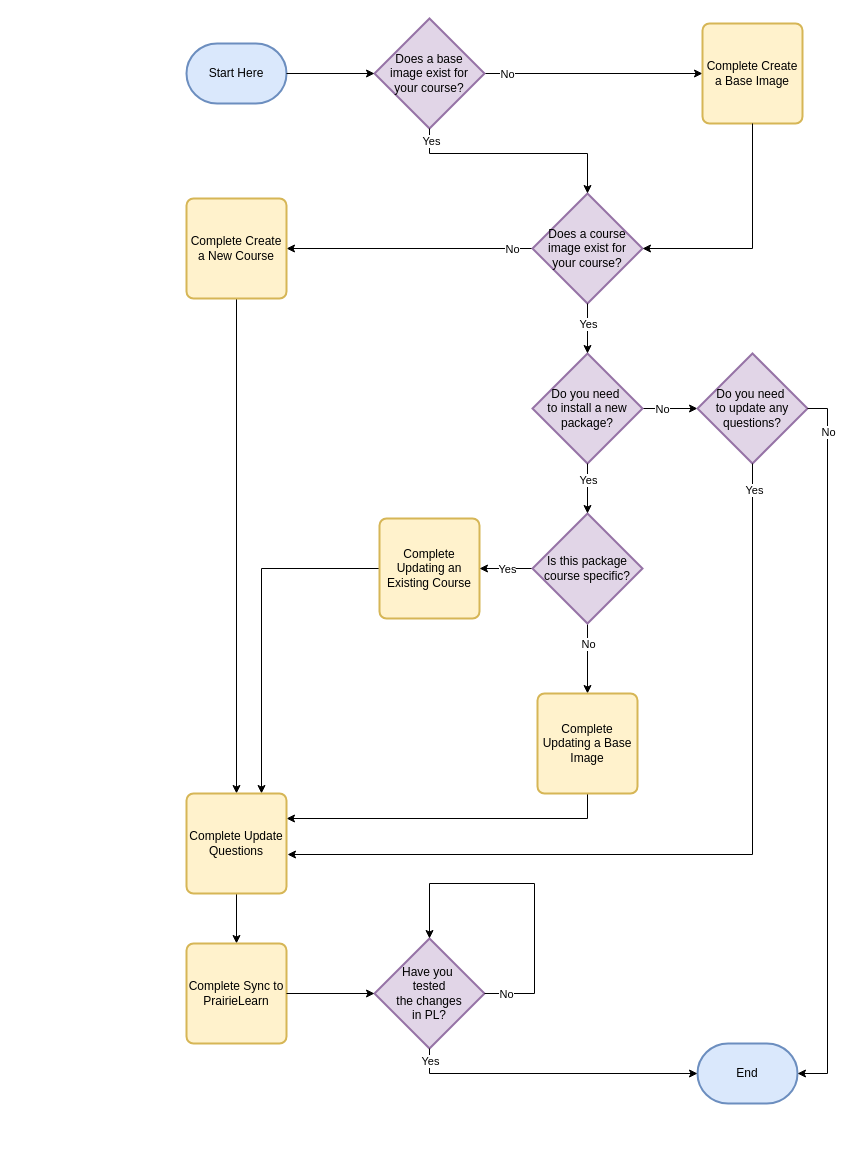
joelostblom/prairielearn-dockers keeps this draw.io diagram as utilities/docker.drawio. Above is the earlier version. Source tidied: cells renumbered, new cells numbered last; positions are measured from the earlier drawing's top-left corner, leaving out a move shared by most shapes. Both pictures are drawn from the tidied source at 100%, with x=0, y=0 at pixel (186, 18).
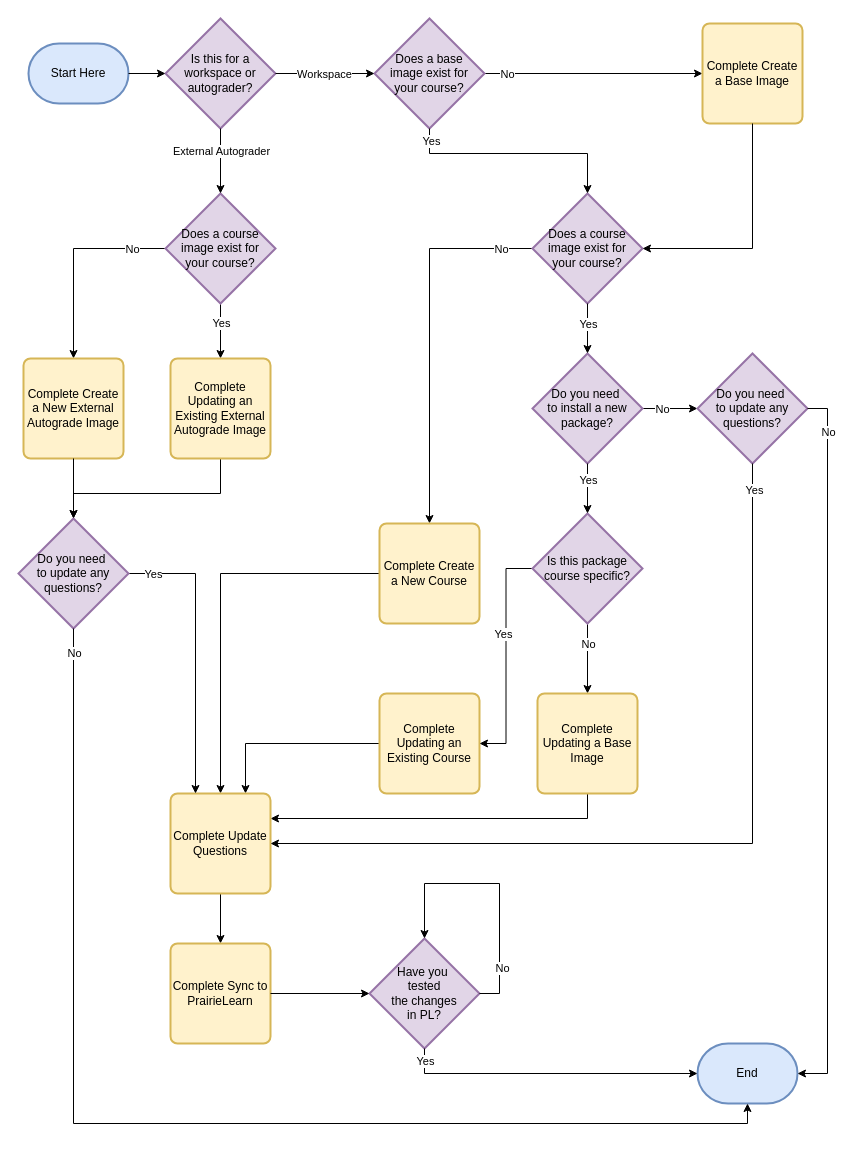
Above is the later version.

Unchanged cells that the change refers to:
```xml
<mxCell id="5" value="Does a base &lt;br&gt;image exist for &lt;br&gt;your course?" style="strokeWidth=2;html=1;shape=mxgraph.flowchart.decision;whiteSpace=wrap;fillColor=#e1d5e7;strokeColor=#9673a6;" parent="1" vertex="1">
  <mxGeometry x="188" width="110" height="110" as="geometry" />
</mxCell>
<mxCell id="9" value="Does a course&lt;br&gt;image exist for&lt;div&gt;your course?&lt;/div&gt;" style="strokeWidth=2;html=1;shape=mxgraph.flowchart.decision;whiteSpace=wrap;fillColor=#e1d5e7;strokeColor=#9673a6;" parent="1" vertex="1">
  <mxGeometry x="346" y="175" width="110" height="110" as="geometry" />
</mxCell>
<mxCell id="18" value="Do you need&amp;nbsp;&lt;div&gt;to update any questions?&lt;/div&gt;" style="strokeWidth=2;html=1;shape=mxgraph.flowchart.decision;whiteSpace=wrap;fillColor=#e1d5e7;strokeColor=#9673a6;" parent="1" vertex="1">
  <mxGeometry x="511" y="335" width="110" height="110" as="geometry" />
</mxCell>
<mxCell id="25" value="Is this package&lt;div&gt;course specific?&lt;/div&gt;" style="strokeWidth=2;html=1;shape=mxgraph.flowchart.decision;whiteSpace=wrap;fillColor=#e1d5e7;strokeColor=#9673a6;" parent="1" vertex="1">
  <mxGeometry x="346" y="495" width="110" height="110" as="geometry" />
</mxCell>
<mxCell id="33" value="End" style="strokeWidth=2;html=1;shape=mxgraph.flowchart.terminator;whiteSpace=wrap;fillColor=#dae8fc;strokeColor=#6c8ebf;" parent="1" vertex="1">
  <mxGeometry x="511" y="1025" width="100" height="60" as="geometry" />
</mxCell>
```

Change to the diagram source:
```diff
@@
     <mxCell id="2" value="Start Here" style="strokeWidth=2;html=1;shape=mxgraph.flowchart.terminator;whiteSpace=wrap;fillColor=#dae8fc;strokeColor=#6c8ebf;" parent="1" vertex="1">
-      <mxGeometry y="25" width="100" height="60" as="geometry" />
+      <mxGeometry x="-158" y="25" width="100" height="60" as="geometry" />
     </mxCell>
@@
-    <mxCell id="6" style="edgeStyle=orthogonalEdgeStyle;rounded=0;jettySize=auto;html=1;exitX=1;exitY=0.5;exitDx=0;exitDy=0;exitPerimeter=0;entryX=0;entryY=0.5;entryDx=0;entryDy=0;entryPerimeter=0;" parent="1" edge="1" source="2" target="5">
-      <mxGeometry relative="1" as="geometry" />
-    </mxCell>
-    <mxCell id="7" style="edgeStyle=orthogonalEdgeStyle;rounded=0;jettySize=auto;html=1;exitX=0;exitY=0.5;exitDx=0;exitDy=0;exitPerimeter=0;entryX=1;entryY=0.5;entryDx=0;entryDy=0;" parent="1" edge="1" source="9" target="17">
+    <mxCell id="7" style="edgeStyle=orthogonalEdgeStyle;rounded=0;jettySize=auto;html=1;exitX=0;exitY=0.5;exitDx=0;exitDy=0;exitPerimeter=0;entryX=0.5;entryY=0;entryDx=0;entryDy=0;" parent="1" edge="1" source="9" target="17">
       <mxGeometry relative="1" as="geometry" />
     </mxCell>
@@
-    <mxCell id="16" style="edgeStyle=orthogonalEdgeStyle;rounded=0;jettySize=auto;html=1;entryX=0.5;entryY=0;entryDx=0;entryDy=0;exitX=0.5;exitY=1;exitDx=0;exitDy=0;" parent="1" edge="1" source="17" target="31">
+    <mxCell id="16" style="edgeStyle=orthogonalEdgeStyle;rounded=0;jettySize=auto;html=1;entryX=0.5;entryY=0;entryDx=0;entryDy=0;exitX=0;exitY=0.5;exitDx=0;exitDy=0;" parent="1" edge="1" source="17" target="31">
       <mxGeometry relative="1" as="geometry" />
     </mxCell>
     <mxCell id="17" value="Complete Create a New Course" style="rounded=1;whiteSpace=wrap;html=1;absoluteArcSize=1;arcSize=14;strokeWidth=2;fillColor=#fff2cc;strokeColor=#d6b656;" parent="1" vertex="1">
-      <mxGeometry y="180" width="100" height="100" as="geometry" />
+      <mxGeometry x="193" y="505" width="100" height="100" as="geometry" />
     </mxCell>
@@
     <mxCell id="20" value="Complete Updating an Existing Course" style="rounded=1;whiteSpace=wrap;html=1;absoluteArcSize=1;arcSize=14;strokeWidth=2;fillColor=#fff2cc;strokeColor=#d6b656;" parent="1" vertex="1">
-      <mxGeometry x="193" y="500" width="100" height="100" as="geometry" />
+      <mxGeometry x="193" y="675" width="100" height="100" as="geometry" />
     </mxCell>
-    <mxCell id="21" style="edgeStyle=orthogonalEdgeStyle;rounded=0;jettySize=auto;html=1;exitX=0;exitY=0.5;exitDx=0;exitDy=0;exitPerimeter=0;" parent="1" edge="1" source="25" target="20">
+    <mxCell id="21" style="edgeStyle=orthogonalEdgeStyle;rounded=0;jettySize=auto;html=1;exitX=0;exitY=0.5;exitDx=0;exitDy=0;exitPerimeter=0;entryX=1;entryY=0.5;entryDx=0;entryDy=0;" parent="1" edge="1" source="25" target="20">
       <mxGeometry relative="1" as="geometry" />
     </mxCell>
@@
     <mxCell id="31" value="Complete Update&lt;br&gt;Questions" style="rounded=1;whiteSpace=wrap;html=1;absoluteArcSize=1;arcSize=14;strokeWidth=2;fillColor=#fff2cc;strokeColor=#d6b656;" parent="1" vertex="1">
-      <mxGeometry y="775" width="100" height="100" as="geometry" />
+      <mxGeometry x="-16" y="775" width="100" height="100" as="geometry" />
     </mxCell>
     <mxCell id="32" value="Complete Sync to PrairieLearn" style="rounded=1;whiteSpace=wrap;html=1;absoluteArcSize=1;arcSize=14;strokeWidth=2;fillColor=#fff2cc;strokeColor=#d6b656;" parent="1" vertex="1">
-      <mxGeometry y="925" width="100" height="100" as="geometry" />
+      <mxGeometry x="-16" y="925" width="100" height="100" as="geometry" />
     </mxCell>
@@
     <mxCell id="34" value="Have you&amp;nbsp;&lt;div&gt;tested&lt;br&gt;the changes&lt;br&gt;in PL?&lt;/div&gt;" style="strokeWidth=2;html=1;shape=mxgraph.flowchart.decision;whiteSpace=wrap;fillColor=#e1d5e7;strokeColor=#9673a6;" parent="1" vertex="1">
-      <mxGeometry x="188" y="920" width="110" height="110" as="geometry" />
+      <mxGeometry x="183" y="920" width="110" height="110" as="geometry" />
     </mxCell>
@@
-    <mxCell id="43" style="edgeStyle=orthogonalEdgeStyle;rounded=0;orthogonalLoop=1;jettySize=auto;html=1;exitX=1;exitY=0.5;exitDx=0;exitDy=0;exitPerimeter=0;entryX=0.5;entryY=0;entryDx=0;entryDy=0;entryPerimeter=0;" parent="1" edge="1" source="34" target="34">
-      <mxGeometry relative="1" as="geometry">
-        <Array as="points">
-          <mxPoint x="348" y="975" />
-          <mxPoint x="348" y="865" />
-          <mxPoint x="243" y="865" />
-        </Array>
-      </mxGeometry>
-    </mxCell>
-    <mxCell id="44" value="No" style="edgeLabel;html=1;align=center;verticalAlign=middle;" parent="43" vertex="1">
-      <mxGeometry x="-0.87" relative="1" as="geometry" />
-    </mxCell>
-    <mxCell id="45" style="edgeStyle=orthogonalEdgeStyle;rounded=0;jettySize=auto;html=1;exitX=0.5;exitY=1;exitDx=0;exitDy=0;exitPerimeter=0;entryX=1.01;entryY=0.61;entryDx=0;entryDy=0;entryPerimeter=0;" parent="1" edge="1" source="18" target="31">
+    <mxCell id="45" style="edgeStyle=orthogonalEdgeStyle;rounded=0;jettySize=auto;html=1;exitX=0.5;exitY=1;exitDx=0;exitDy=0;exitPerimeter=0;entryX=1;entryY=0.5;entryDx=0;entryDy=0;" parent="1" edge="1" source="18" target="31">
       <mxGeometry relative="1" as="geometry" />
     </mxCell>
@@
+    <mxCell id="47" value="Is this for a workspace or autograder?" style="strokeWidth=2;html=1;shape=mxgraph.flowchart.decision;whiteSpace=wrap;fillColor=#e1d5e7;strokeColor=#9673a6;" parent="1" vertex="1">
+      <mxGeometry x="-21" width="110" height="110" as="geometry" />
+    </mxCell>
+    <mxCell id="48" style="edgeStyle=orthogonalEdgeStyle;rounded=0;jettySize=auto;html=1;entryX=0;entryY=0.5;entryDx=0;entryDy=0;entryPerimeter=0;" parent="1" edge="1" source="47" target="5">
+      <mxGeometry relative="1" as="geometry" />
+    </mxCell>
+    <mxCell id="49" value="Workspace" style="edgeLabel;html=1;align=center;verticalAlign=middle;" parent="48" vertex="1">
+      <mxGeometry x="-0.33" relative="1" as="geometry">
+        <mxPoint x="15" as="offset" />
+      </mxGeometry>
+    </mxCell>
+    <mxCell id="50" style="edgeStyle=orthogonalEdgeStyle;rounded=0;jettySize=auto;html=1;exitX=0;exitY=0.5;exitDx=0;exitDy=0;exitPerimeter=0;entryX=0.5;entryY=0;entryDx=0;entryDy=0;" parent="1" edge="1" source="54" target="57">
+      <mxGeometry relative="1" as="geometry" />
+    </mxCell>
+    <mxCell id="51" value="No" style="edgeLabel;html=1;align=center;verticalAlign=middle;" parent="50" vertex="1">
+      <mxGeometry x="-0.66" relative="1" as="geometry" />
+    </mxCell>
+    <mxCell id="52" style="edgeStyle=orthogonalEdgeStyle;rounded=0;jettySize=auto;html=1;exitX=0.5;exitY=1;exitDx=0;exitDy=0;exitPerimeter=0;entryX=0.5;entryY=0;entryDx=0;entryDy=0;" parent="1" edge="1" source="54" target="59">
+      <mxGeometry relative="1" as="geometry" />
+    </mxCell>
+    <mxCell id="53" value="Yes" style="edgeLabel;html=1;align=center;verticalAlign=middle;" parent="52" vertex="1">
+      <mxGeometry x="-0.87" y="1" relative="1" as="geometry">
+        <mxPoint x="-1" y="15" as="offset" />
+      </mxGeometry>
+    </mxCell>
+    <mxCell id="54" value="Does a course&lt;br&gt;image exist for&lt;div&gt;your course?&lt;/div&gt;" style="strokeWidth=2;html=1;shape=mxgraph.flowchart.decision;whiteSpace=wrap;fillColor=#e1d5e7;strokeColor=#9673a6;" parent="1" vertex="1">
+      <mxGeometry x="-21" y="175" width="110" height="110" as="geometry" />
+    </mxCell>
+    <mxCell id="55" style="edgeStyle=orthogonalEdgeStyle;rounded=0;jettySize=auto;html=1;exitX=0.5;exitY=1;exitDx=0;exitDy=0;exitPerimeter=0;entryX=0.5;entryY=0;entryDx=0;entryDy=0;entryPerimeter=0;" parent="1" edge="1" source="47" target="54">
+      <mxGeometry relative="1" as="geometry" />
+    </mxCell>
+    <mxCell id="56" value="External Autograder" style="edgeLabel;html=1;align=center;verticalAlign=middle;" parent="55" vertex="1">
+      <mxGeometry x="-0.32" y="-1" relative="1" as="geometry">
+        <mxPoint x="1" as="offset" />
+      </mxGeometry>
+    </mxCell>
+    <mxCell id="57" value="Complete Create a New External Autograde Image" style="rounded=1;whiteSpace=wrap;html=1;absoluteArcSize=1;arcSize=14;strokeWidth=2;fillColor=#fff2cc;strokeColor=#d6b656;" parent="1" vertex="1">
+      <mxGeometry x="-163" y="340" width="100" height="100" as="geometry" />
+    </mxCell>
+    <mxCell id="58" style="edgeStyle=orthogonalEdgeStyle;rounded=0;jettySize=auto;html=1;" parent="1" edge="1" source="59" target="63">
+      <mxGeometry relative="1" as="geometry">
+        <Array as="points">
+          <mxPoint x="34" y="475" />
+          <mxPoint x="-113" y="475" />
+        </Array>
+      </mxGeometry>
+    </mxCell>
+    <mxCell id="59" value="Complete Updating an Existing External Autograde Image" style="rounded=1;whiteSpace=wrap;html=1;absoluteArcSize=1;arcSize=14;strokeWidth=2;fillColor=#fff2cc;strokeColor=#d6b656;" parent="1" vertex="1">
+      <mxGeometry x="-16" y="340" width="100" height="100" as="geometry" />
+    </mxCell>
+    <mxCell id="43" style="edgeStyle=orthogonalEdgeStyle;rounded=0;orthogonalLoop=1;jettySize=auto;html=1;exitX=1;exitY=0.5;exitDx=0;exitDy=0;exitPerimeter=0;entryX=0.5;entryY=0;entryDx=0;entryDy=0;entryPerimeter=0;" parent="1" edge="1" source="34" target="34">
+      <mxGeometry relative="1" as="geometry">
+        <Array as="points">
+          <mxPoint x="313" y="975" />
+          <mxPoint x="313" y="865" />
+          <mxPoint x="238" y="865" />
+        </Array>
+      </mxGeometry>
+    </mxCell>
+    <mxCell id="60" value="No" style="edgeLabel;html=1;align=center;verticalAlign=middle;" parent="43" vertex="1">
+      <mxGeometry x="-0.65" y="-2" relative="1" as="geometry" />
+    </mxCell>
+    <mxCell id="61" style="edgeStyle=orthogonalEdgeStyle;rounded=0;jettySize=auto;html=1;exitX=1;exitY=0.5;exitDx=0;exitDy=0;exitPerimeter=0;entryX=0.25;entryY=0;entryDx=0;entryDy=0;" parent="1" edge="1" source="63" target="31">
+      <mxGeometry relative="1" as="geometry" />
+    </mxCell>
+    <mxCell id="62" value="Yes" style="edgeLabel;html=1;align=center;verticalAlign=middle;" parent="61" vertex="1">
+      <mxGeometry x="-0.83" y="-2" relative="1" as="geometry">
+        <mxPoint y="-2" as="offset" />
+      </mxGeometry>
+    </mxCell>
+    <mxCell id="63" value="Do you need&amp;nbsp;&lt;div&gt;to update any questions?&lt;/div&gt;" style="strokeWidth=2;html=1;shape=mxgraph.flowchart.decision;whiteSpace=wrap;fillColor=#e1d5e7;strokeColor=#9673a6;" parent="1" vertex="1">
+      <mxGeometry x="-168" y="500" width="110" height="110" as="geometry" />
+    </mxCell>
+    <mxCell id="64" style="edgeStyle=orthogonalEdgeStyle;rounded=0;jettySize=auto;html=1;exitX=0.5;exitY=1;exitDx=0;exitDy=0;entryX=0.5;entryY=0;entryDx=0;entryDy=0;entryPerimeter=0;" parent="1" edge="1" source="57" target="63">
+      <mxGeometry relative="1" as="geometry" />
+    </mxCell>
+    <mxCell id="65" style="edgeStyle=orthogonalEdgeStyle;rounded=0;jettySize=auto;html=1;exitX=0.5;exitY=1;exitDx=0;exitDy=0;exitPerimeter=0;entryX=0.5;entryY=1;entryDx=0;entryDy=0;entryPerimeter=0;" parent="1" edge="1" source="63" target="33">
+      <mxGeometry relative="1" as="geometry" />
+    </mxCell>
+    <mxCell id="66" value="No" style="edgeLabel;html=1;align=center;verticalAlign=middle;" parent="65" vertex="1">
+      <mxGeometry x="-0.96" relative="1" as="geometry" />
+    </mxCell>
+    <mxCell id="67" style="edgeStyle=orthogonalEdgeStyle;rounded=0;jettySize=auto;html=1;exitX=1;exitY=0.5;exitDx=0;exitDy=0;exitPerimeter=0;entryX=0;entryY=0.5;entryDx=0;entryDy=0;entryPerimeter=0;" parent="1" edge="1" source="2" target="47">
+      <mxGeometry relative="1" as="geometry" />
+    </mxCell>
```
